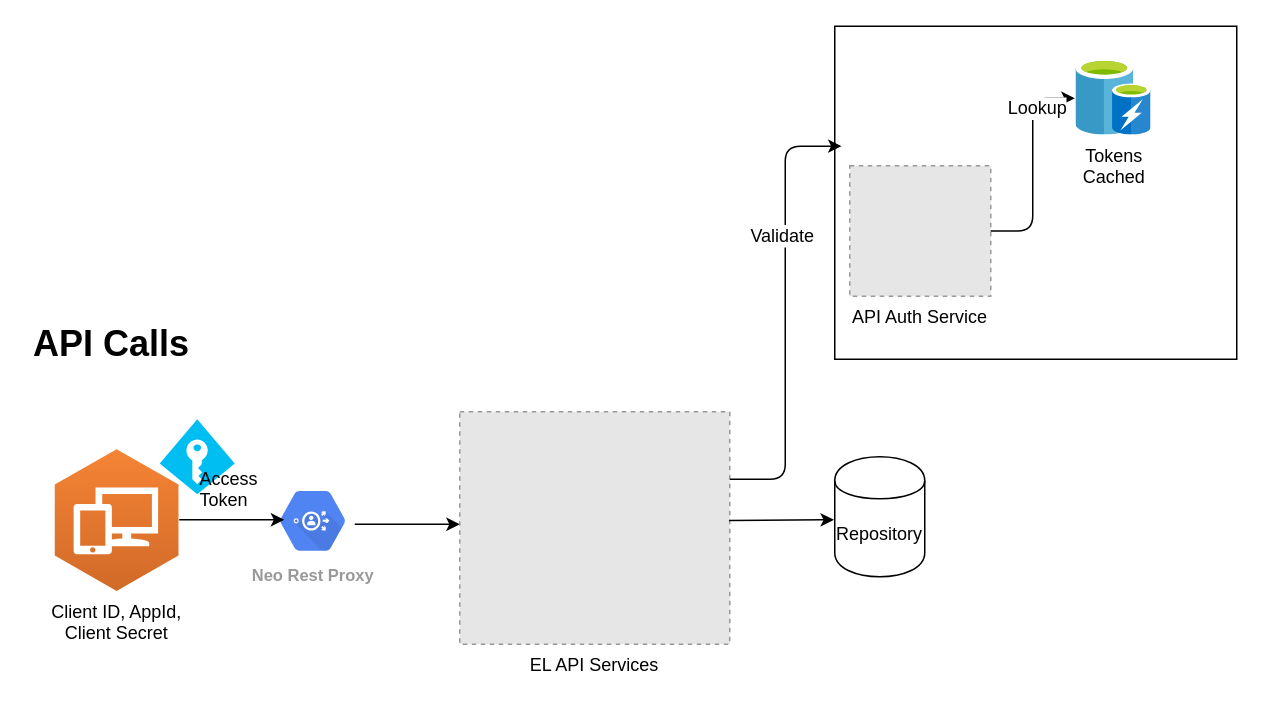
This is API Access.drawio from kpbindu/Diagrams, a draw.io file, before an edit. Source tidied: cells renumbered, new cells numbered last; positions are measured from the earlier drawing's top-left corner, leaving out a move shared by most shapes. Both pictures are drawn from the tidied source at 150%, with x=0, y=0 at pixel (26, 26). Pictures stored in the file or linked from it are replaced by grey dashed boxes.
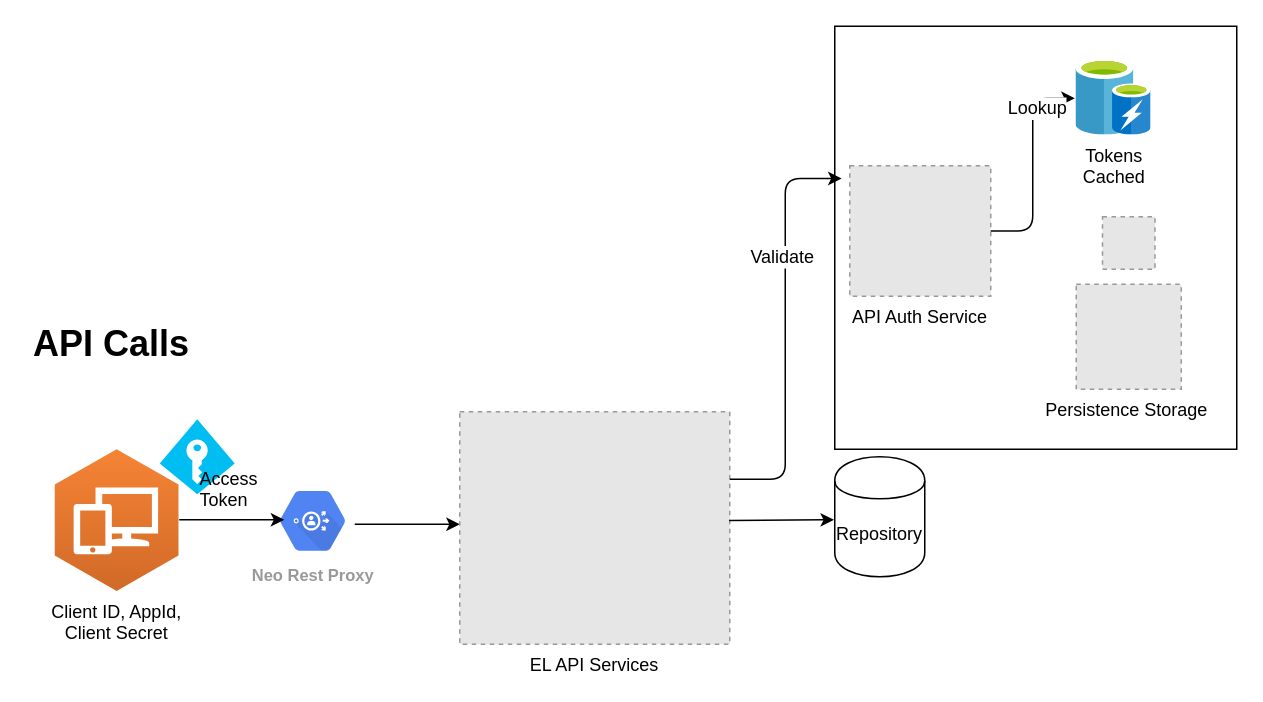
Above is the later version.

Diff of the diagram source:
```diff
@@
     <mxCell id="2" style="rounded=0;whiteSpace=wrap;html=1;" parent="1" vertex="1">
-      <mxGeometry x="539" width="268" height="222" as="geometry" />
+      <mxGeometry x="539" width="268" height="282" as="geometry" />
     </mxCell>
@@
+    <mxCell id="19" value="Persistence Storage&amp;nbsp;" style="fillColor=#E6E6E6;strokeColor=#999999;dashed=1;html=1;verticalAlign=top;verticalLabelPosition=bottom;labelBackgroundColor=#ffffff;" parent="1" vertex="1">
+      <mxGeometry x="700" y="172" width="70" height="70" as="geometry" />
+    </mxCell>
+    <mxCell id="20" style="fillColor=#E6E6E6;strokeColor=#999999;dashed=1;html=1;verticalAlign=top;verticalLabelPosition=bottom;labelBackgroundColor=#ffffff;" parent="1" vertex="1">
+      <mxGeometry x="717.5" y="127" width="35" height="35" as="geometry" />
+    </mxCell>
```
